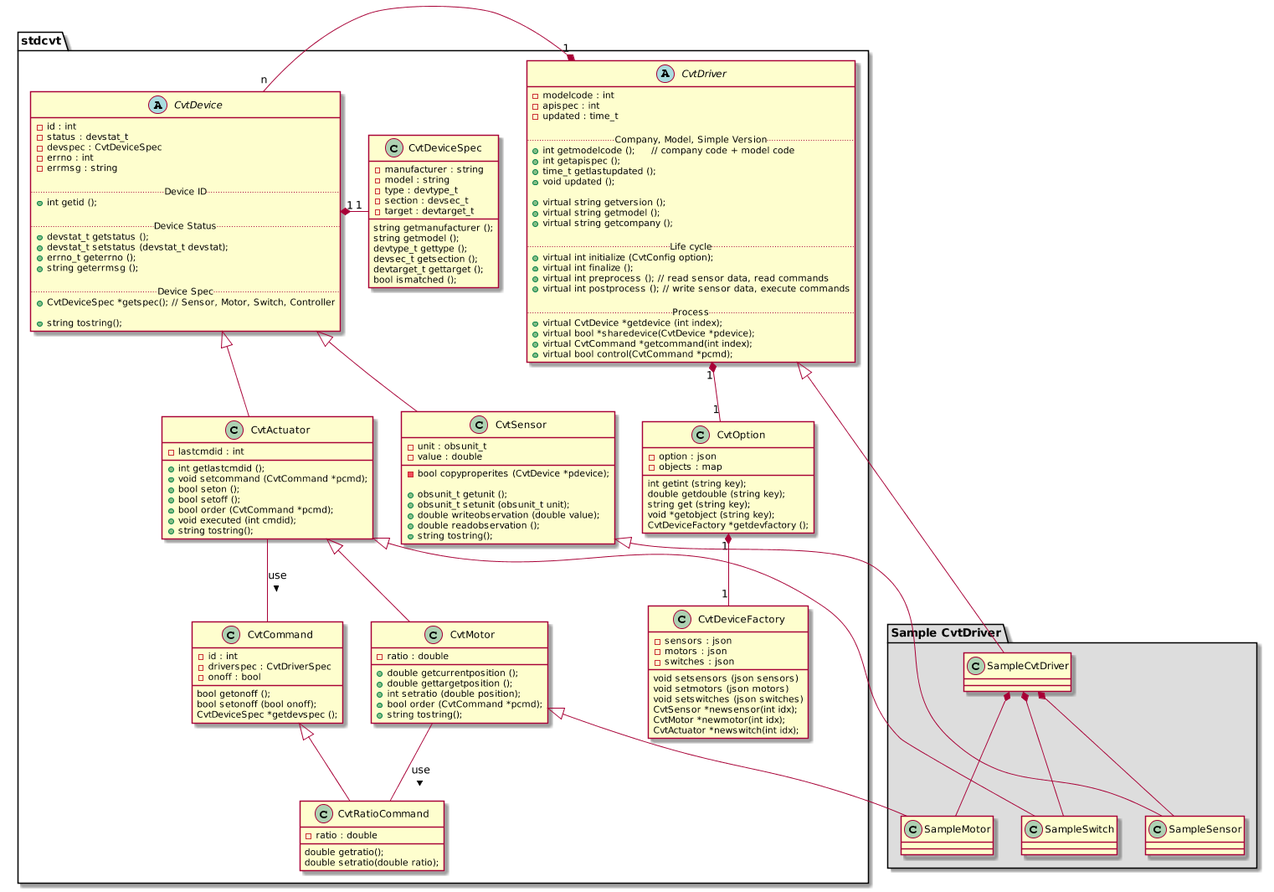
Above: doc/images/driver_class.png in ebio-snu/cvtdriver (PlantUML), before the change.
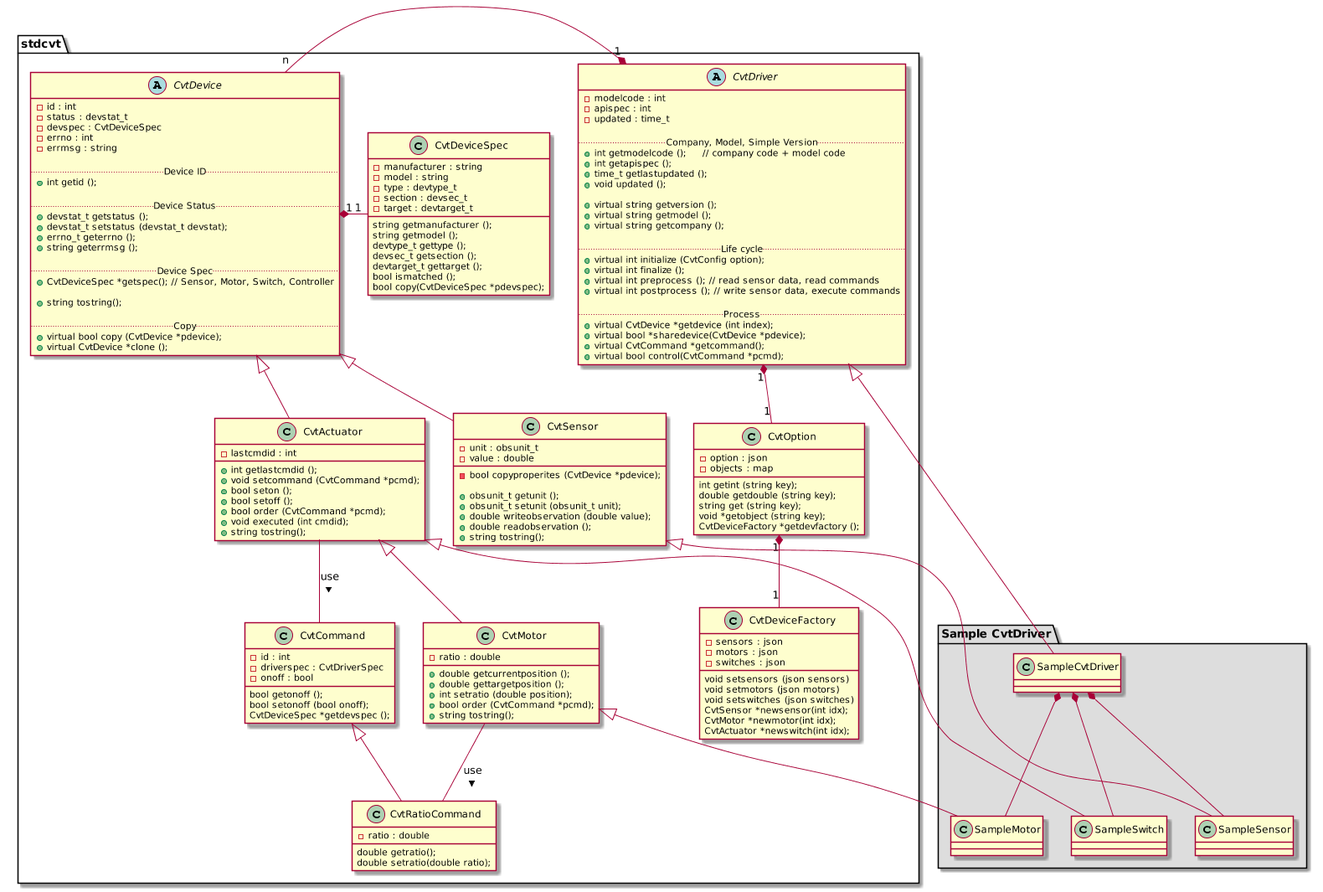
The same file after the commit.

Commit message:
클래스다이어그램 업데이트

What changed in the source:
```diff
@@ -27,7 +27,7 @@
      .. Process ..
      + virtual CvtDevice *getdevice (int index);
      + virtual bool *sharedevice(CvtDevice *pdevice);
-     + virtual CvtCommand *getcommand(int index);
+     + virtual CvtCommand *getcommand();
      + virtual bool control(CvtCommand *pcmd);
     }
 
@@ -44,6 +44,7 @@
      devsec_t getsection ();
      devtarget_t gettarget ();
      bool ismatched ();
+     bool copy(CvtDeviceSpec *pdevspec);
     }
 
     abstract class CvtDevice {
@@ -66,6 +67,10 @@
      + CvtDeviceSpec *getspec(); // Sensor, Motor, Switch, Controller
 
      + string tostring();
+
+     .. Copy ..
+     + virtual bool copy (CvtDevice *pdevice);
+     + virtual CvtDevice *clone ();
     }
 
     class CvtSensor {
```
